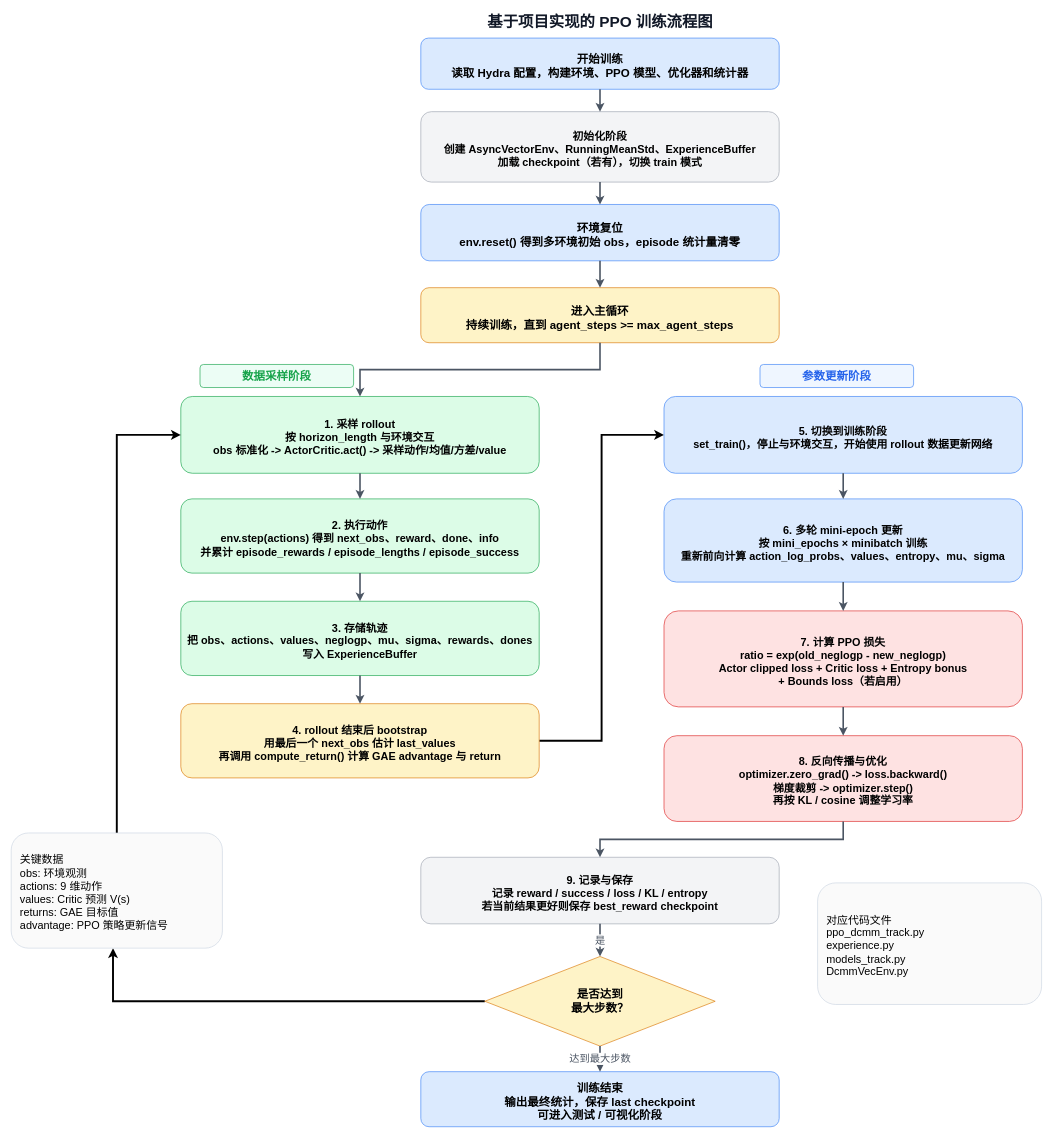
Above: 毕业设计论文/out/PPO训练流程图.drawio in jack-huangs/catch_it (draw.io), before the change. Source tidied: cells renumbered, new cells numbered last; positions are measured from the earlier drawing's top-left corner, leaving out a move shared by most shapes. Both pictures are drawn from the tidied source at 64%, with x=0, y=0 at pixel (11, 12).
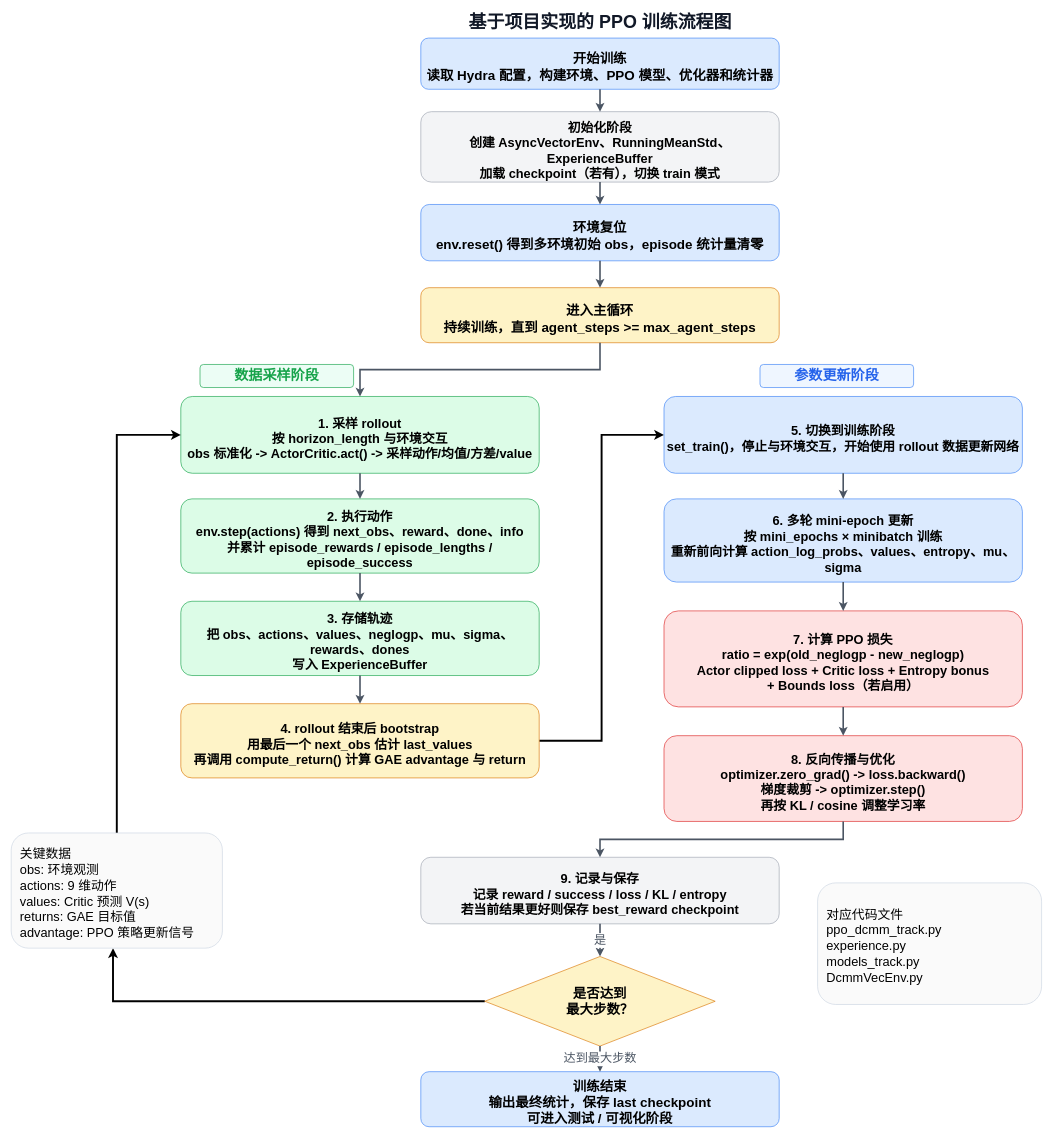
Above is the later version.

What changed in the source:
```diff
@@
-    <mxCell id="2" value="基于项目实现的 PPO 训练流程图" style="text;html=1;strokeColor=none;fillColor=none;align=center;verticalAlign=middle;fontSize=24;fontStyle=1;fontColor=#111827;" parent="1" vertex="1">
+    <mxCell id="2" value="基于项目实现的 PPO 训练流程图" style="text;html=1;strokeColor=none;fillColor=none;align=center;verticalAlign=middle;fontSize=28;fontStyle=1;fontColor=#111827;" parent="1" vertex="1">
       <mxGeometry x="590" width="660" height="30" as="geometry" />
     </mxCell>
-    <mxCell id="3" value="数据采样阶段" style="rounded=1;whiteSpace=wrap;html=1;fillColor=#ecfdf5;strokeColor=#16a34a;fontSize=18;fontStyle=1;fontColor=#16a34a;" parent="1" vertex="1">
+    <mxCell id="3" value="数据采样阶段" style="rounded=1;whiteSpace=wrap;html=1;fillColor=#ecfdf5;strokeColor=#16a34a;fontSize=22;fontStyle=1;fontColor=#16a34a;" parent="1" vertex="1">
       <mxGeometry x="295" y="550" width="240" height="36" as="geometry" />
     </mxCell>
-    <mxCell id="4" value="参数更新阶段" style="rounded=1;whiteSpace=wrap;html=1;fillColor=#eff6ff;strokeColor=#3b82f6;fontSize=18;fontStyle=1;fontColor=#2563eb;" parent="1" vertex="1">
+    <mxCell id="4" value="参数更新阶段" style="rounded=1;whiteSpace=wrap;html=1;fillColor=#eff6ff;strokeColor=#3b82f6;fontSize=22;fontStyle=1;fontColor=#2563eb;" parent="1" vertex="1">
       <mxGeometry x="1170" y="550" width="240" height="36" as="geometry" />
     </mxCell>
-    <mxCell id="5" value="开始训练&#10;读取 Hydra 配置，构建环境、PPO 模型、优化器和统计器" style="rounded=1;whiteSpace=wrap;html=1;fillColor=#dbeafe;strokeColor=#3b82f6;fontSize=18;fontStyle=1;align=center;verticalAlign=middle;spacingTop=10;" parent="1" vertex="1">
+    <mxCell id="5" value="开始训练&#10;读取 Hydra 配置，构建环境、PPO 模型、优化器和统计器" style="rounded=1;whiteSpace=wrap;html=1;fillColor=#dbeafe;strokeColor=#3b82f6;fontSize=21;fontStyle=1;align=center;verticalAlign=middle;spacingTop=10;" parent="1" vertex="1">
       <mxGeometry x="640" y="40" width="560" height="80" as="geometry" />
     </mxCell>
-    <mxCell id="6" value="初始化阶段&#10;创建 AsyncVectorEnv、RunningMeanStd、ExperienceBuffer&#10;加载 checkpoint（若有），切换 train 模式" style="rounded=1;whiteSpace=wrap;html=1;fillColor=#f3f4f6;strokeColor=#9ca3af;fontSize=17;fontStyle=1;align=center;verticalAlign=middle;spacingTop=10;" parent="1" vertex="1">
+    <mxCell id="6" value="初始化阶段&#10;创建 AsyncVectorEnv、RunningMeanStd、ExperienceBuffer&#10;加载 checkpoint（若有），切换 train 模式" style="rounded=1;whiteSpace=wrap;html=1;fillColor=#f3f4f6;strokeColor=#9ca3af;fontSize=20;fontStyle=1;align=center;verticalAlign=middle;spacingTop=10;" parent="1" vertex="1">
       <mxGeometry x="640" y="155" width="560" height="110" as="geometry" />
     </mxCell>
-    <mxCell id="7" value="环境复位&#10;env.reset() 得到多环境初始 obs，episode 统计量清零" style="rounded=1;whiteSpace=wrap;html=1;fillColor=#dbeafe;strokeColor=#3b82f6;fontSize=18;fontStyle=1;align=center;verticalAlign=middle;spacingTop=10;" parent="1" vertex="1">
+    <mxCell id="7" value="环境复位&#10;env.reset() 得到多环境初始 obs，episode 统计量清零" style="rounded=1;whiteSpace=wrap;html=1;fillColor=#dbeafe;strokeColor=#3b82f6;fontSize=21;fontStyle=1;align=center;verticalAlign=middle;spacingTop=10;" parent="1" vertex="1">
       <mxGeometry x="640" y="300" width="560" height="88" as="geometry" />
     </mxCell>
-    <mxCell id="8" value="进入主循环&#10;持续训练，直到 agent_steps &gt;= max_agent_steps" style="rounded=1;whiteSpace=wrap;html=1;fillColor=#fef3c7;strokeColor=#d97706;fontSize=18;fontStyle=1;align=center;verticalAlign=middle;spacingTop=10;" parent="1" vertex="1">
+    <mxCell id="8" value="进入主循环&#10;持续训练，直到 agent_steps &gt;= max_agent_steps" style="rounded=1;whiteSpace=wrap;html=1;fillColor=#fef3c7;strokeColor=#d97706;fontSize=21;fontStyle=1;align=center;verticalAlign=middle;spacingTop=10;" parent="1" vertex="1">
       <mxGeometry x="640" y="430" width="560" height="86" as="geometry" />
     </mxCell>
-    <mxCell id="9" value="1. 采样 rollout&#10;按 horizon_length 与环境交互&#10;obs 标准化 -&gt; ActorCritic.act() -&gt; 采样动作/均值/方差/value" style="rounded=1;whiteSpace=wrap;html=1;fillColor=#dcfce7;strokeColor=#16a34a;fontSize=17;fontStyle=1;align=center;verticalAlign=middle;spacingTop=10;" parent="1" vertex="1">
+    <mxCell id="9" value="1. 采样 rollout&#10;按 horizon_length 与环境交互&#10;obs 标准化 -&gt; ActorCritic.act() -&gt; 采样动作/均值/方差/value" style="rounded=1;whiteSpace=wrap;html=1;fillColor=#dcfce7;strokeColor=#16a34a;fontSize=20;fontStyle=1;align=center;verticalAlign=middle;spacingTop=10;" parent="1" vertex="1">
       <mxGeometry x="265" y="600" width="560" height="120" as="geometry" />
     </mxCell>
-    <mxCell id="10" value="2. 执行动作&#10;env.step(actions) 得到 next_obs、reward、done、info&#10;并累计 episode_rewards / episode_lengths / episode_success" style="rounded=1;whiteSpace=wrap;html=1;fillColor=#dcfce7;strokeColor=#16a34a;fontSize=17;fontStyle=1;align=center;verticalAlign=middle;spacingTop=10;" parent="1" vertex="1">
+    <mxCell id="10" value="2. 执行动作&#10;env.step(actions) 得到 next_obs、reward、done、info&#10;并累计 episode_rewards / episode_lengths / episode_success" style="rounded=1;whiteSpace=wrap;html=1;fillColor=#dcfce7;strokeColor=#16a34a;fontSize=20;fontStyle=1;align=center;verticalAlign=middle;spacingTop=10;" parent="1" vertex="1">
       <mxGeometry x="265" y="760" width="560" height="116" as="geometry" />
     </mxCell>
-    <mxCell id="11" value="3. 存储轨迹&#10;把 obs、actions、values、neglogp、mu、sigma、rewards、dones&#10;写入 ExperienceBuffer" style="rounded=1;whiteSpace=wrap;html=1;fillColor=#dcfce7;strokeColor=#16a34a;fontSize=17;fontStyle=1;align=center;verticalAlign=middle;spacingTop=10;" parent="1" vertex="1">
+    <mxCell id="11" value="3. 存储轨迹&#10;把 obs、actions、values、neglogp、mu、sigma、rewards、dones&#10;写入 ExperienceBuffer" style="rounded=1;whiteSpace=wrap;html=1;fillColor=#dcfce7;strokeColor=#16a34a;fontSize=20;fontStyle=1;align=center;verticalAlign=middle;spacingTop=10;" parent="1" vertex="1">
       <mxGeometry x="265" y="920" width="560" height="116" as="geometry" />
     </mxCell>
@@
-    <mxCell id="13" value="4. rollout 结束后 bootstrap&#10;用最后一个 next_obs 估计 last_values&#10;再调用 compute_return() 计算 GAE advantage 与 return" style="rounded=1;whiteSpace=wrap;html=1;fillColor=#fef3c7;strokeColor=#d97706;fontSize=17;fontStyle=1;align=center;verticalAlign=middle;spacingTop=10;" parent="1" vertex="1">
+    <mxCell id="13" value="4. rollout 结束后 bootstrap&#10;用最后一个 next_obs 估计 last_values&#10;再调用 compute_return() 计算 GAE advantage 与 return" style="rounded=1;whiteSpace=wrap;html=1;fillColor=#fef3c7;strokeColor=#d97706;fontSize=20;fontStyle=1;align=center;verticalAlign=middle;spacingTop=10;" parent="1" vertex="1">
       <mxGeometry x="265" y="1080" width="560" height="116" as="geometry" />
     </mxCell>
-    <mxCell id="14" value="5. 切换到训练阶段&#10;set_train()，停止与环境交互，开始使用 rollout 数据更新网络" style="rounded=1;whiteSpace=wrap;html=1;fillColor=#dbeafe;strokeColor=#3b82f6;fontSize=17;fontStyle=1;align=center;verticalAlign=middle;spacingTop=10;" parent="1" vertex="1">
+    <mxCell id="14" value="5. 切换到训练阶段&#10;set_train()，停止与环境交互，开始使用 rollout 数据更新网络" style="rounded=1;whiteSpace=wrap;html=1;fillColor=#dbeafe;strokeColor=#3b82f6;fontSize=20;fontStyle=1;align=center;verticalAlign=middle;spacingTop=10;" parent="1" vertex="1">
       <mxGeometry x="1020" y="600" width="560" height="120" as="geometry" />
     </mxCell>
-    <mxCell id="15" value="6. 多轮 mini-epoch 更新&#10;按 mini_epochs × minibatch 训练&#10;重新前向计算 action_log_probs、values、entropy、mu、sigma" style="rounded=1;whiteSpace=wrap;html=1;fillColor=#dbeafe;strokeColor=#3b82f6;fontSize=17;fontStyle=1;align=center;verticalAlign=middle;spacingTop=10;" parent="1" vertex="1">
+    <mxCell id="15" value="6. 多轮 mini-epoch 更新&#10;按 mini_epochs × minibatch 训练&#10;重新前向计算 action_log_probs、values、entropy、mu、sigma" style="rounded=1;whiteSpace=wrap;html=1;fillColor=#dbeafe;strokeColor=#3b82f6;fontSize=20;fontStyle=1;align=center;verticalAlign=middle;spacingTop=10;" parent="1" vertex="1">
       <mxGeometry x="1020" y="760" width="560" height="130" as="geometry" />
     </mxCell>
-    <mxCell id="16" value="7. 计算 PPO 损失&#10;ratio = exp(old_neglogp - new_neglogp)&#10;Actor clipped loss + Critic loss + Entropy bonus&#10;+ Bounds loss（若启用）" style="rounded=1;whiteSpace=wrap;html=1;fillColor=#fee2e2;strokeColor=#dc2626;fontSize=17;fontStyle=1;align=center;verticalAlign=middle;spacingTop=10;" parent="1" vertex="1">
+    <mxCell id="16" value="7. 计算 PPO 损失&#10;ratio = exp(old_neglogp - new_neglogp)&#10;Actor clipped loss + Critic loss + Entropy bonus&#10;+ Bounds loss（若启用）" style="rounded=1;whiteSpace=wrap;html=1;fillColor=#fee2e2;strokeColor=#dc2626;fontSize=20;fontStyle=1;align=center;verticalAlign=middle;spacingTop=10;" parent="1" vertex="1">
       <mxGeometry x="1020" y="935" width="560" height="150" as="geometry" />
     </mxCell>
-    <mxCell id="17" value="8. 反向传播与优化&#10;optimizer.zero_grad() -&gt; loss.backward()&#10;梯度裁剪 -&gt; optimizer.step()&#10;再按 KL / cosine 调整学习率" style="rounded=1;whiteSpace=wrap;html=1;fillColor=#fee2e2;strokeColor=#dc2626;fontSize=17;fontStyle=1;align=center;verticalAlign=middle;spacingTop=10;" parent="1" vertex="1">
+    <mxCell id="17" value="8. 反向传播与优化&#10;optimizer.zero_grad() -&gt; loss.backward()&#10;梯度裁剪 -&gt; optimizer.step()&#10;再按 KL / cosine 调整学习率" style="rounded=1;whiteSpace=wrap;html=1;fillColor=#fee2e2;strokeColor=#dc2626;fontSize=20;fontStyle=1;align=center;verticalAlign=middle;spacingTop=10;" parent="1" vertex="1">
       <mxGeometry x="1020" y="1130" width="560" height="134" as="geometry" />
     </mxCell>
-    <mxCell id="18" value="9. 记录与保存&#10;记录 reward / success / loss / KL / entropy&#10;若当前结果更好则保存 best_reward checkpoint" style="rounded=1;whiteSpace=wrap;html=1;fillColor=#f3f4f6;strokeColor=#9ca3af;fontSize=17;fontStyle=1;align=center;verticalAlign=middle;spacingTop=10;" parent="1" vertex="1">
+    <mxCell id="18" value="9. 记录与保存&#10;记录 reward / success / loss / KL / entropy&#10;若当前结果更好则保存 best_reward checkpoint" style="rounded=1;whiteSpace=wrap;html=1;fillColor=#f3f4f6;strokeColor=#9ca3af;fontSize=20;fontStyle=1;align=center;verticalAlign=middle;spacingTop=10;" parent="1" vertex="1">
       <mxGeometry x="640" y="1320" width="560" height="104" as="geometry" />
     </mxCell>
@@
-    <mxCell id="20" value="是否达到&#10;最大步数？" style="rhombus;whiteSpace=wrap;html=1;fillColor=#fef3c7;strokeColor=#d97706;fontSize=18;fontStyle=1;align=center;verticalAlign=middle;" parent="1" vertex="1">
+    <mxCell id="20" value="是否达到&#10;最大步数？" style="rhombus;whiteSpace=wrap;html=1;fillColor=#fef3c7;strokeColor=#d97706;fontSize=21;fontStyle=1;align=center;verticalAlign=middle;" parent="1" vertex="1">
       <mxGeometry x="740" y="1475" width="360" height="140" as="geometry" />
     </mxCell>
-    <mxCell id="21" value="训练结束&#10;输出最终统计，保存 last checkpoint&#10;可进入测试 / 可视化阶段" style="rounded=1;whiteSpace=wrap;html=1;fillColor=#dbeafe;strokeColor=#3b82f6;fontSize=18;fontStyle=1;align=center;verticalAlign=middle;spacingTop=10;" parent="1" vertex="1">
+    <mxCell id="21" value="训练结束&#10;输出最终统计，保存 last checkpoint&#10;可进入测试 / 可视化阶段" style="rounded=1;whiteSpace=wrap;html=1;fillColor=#dbeafe;strokeColor=#3b82f6;fontSize=21;fontStyle=1;align=center;verticalAlign=middle;spacingTop=10;" parent="1" vertex="1">
       <mxGeometry x="640" y="1655" width="560" height="86" as="geometry" />
     </mxCell>
@@
-    <mxCell id="23" value="&lt;font style=&quot;font-size: 17px;&quot;&gt;关键数据&lt;br&gt;obs: 环境观测&lt;br&gt;actions: 9 维动作&lt;br&gt;values: Critic 预测 V(s)&lt;br&gt;returns: GAE 目标值&lt;br&gt;advantage: PPO 策略更新信号&lt;/font&gt;" style="rounded=1;whiteSpace=wrap;html=1;fillColor=#fafafa;strokeColor=#cbd5e1;fontSize=16;align=left;verticalAlign=middle;spacingTop=8;spacingLeft=12;" parent="1" vertex="1">
+    <mxCell id="23" value="&lt;font style=&quot;font-size: 20px;&quot;&gt;关键数据&lt;br&gt;obs: 环境观测&lt;br&gt;actions: 9 维动作&lt;br&gt;values: Critic 预测 V(s)&lt;br&gt;returns: GAE 目标值&lt;br&gt;advantage: PPO 策略更新信号&lt;/font&gt;" style="rounded=1;whiteSpace=wrap;html=1;fillColor=#fafafa;strokeColor=#cbd5e1;fontSize=19;align=left;verticalAlign=middle;spacingTop=8;spacingLeft=12;" parent="1" vertex="1">
       <mxGeometry y="1282" width="330" height="180" as="geometry" />
     </mxCell>
-    <mxCell id="24" value="&lt;font style=&quot;font-size: 17px;&quot;&gt;对应代码文件&lt;br&gt;ppo_dcmm_track.py&lt;br&gt;experience.py&lt;br&gt;models_track.py&lt;br&gt;DcmmVecEnv.py&lt;/font&gt;" style="rounded=1;whiteSpace=wrap;html=1;fillColor=#fafafa;strokeColor=#cbd5e1;fontSize=16;align=left;verticalAlign=middle;spacingTop=8;spacingLeft=12;" parent="1" vertex="1">
+    <mxCell id="24" value="&lt;font style=&quot;font-size: 20px;&quot;&gt;对应代码文件&lt;br&gt;ppo_dcmm_track.py&lt;br&gt;experience.py&lt;br&gt;models_track.py&lt;br&gt;DcmmVecEnv.py&lt;/font&gt;" style="rounded=1;whiteSpace=wrap;html=1;fillColor=#fafafa;strokeColor=#cbd5e1;fontSize=19;align=left;verticalAlign=middle;spacingTop=8;spacingLeft=12;" parent="1" vertex="1">
       <mxGeometry x="1260" y="1360" width="350" height="190" as="geometry" />
     </mxCell>
@@
-    <mxCell id="36" value="是" style="edgeStyle=orthogonalEdgeStyle;rounded=0;jettySize=auto;html=1;endArrow=classic;strokeColor=#4b5563;strokeWidth=2.5;fontSize=16;fontColor=#4b5563;" parent="1" edge="1" source="18" target="20">
+    <mxCell id="36" value="是" style="edgeStyle=orthogonalEdgeStyle;rounded=0;jettySize=auto;html=1;endArrow=classic;strokeColor=#4b5563;strokeWidth=2.5;fontSize=19;fontColor=#4b5563;" parent="1" edge="1" source="18" target="20">
       <mxGeometry relative="1" as="geometry" />
     </mxCell>
-    <mxCell id="37" value="达到最大步数" style="edgeStyle=orthogonalEdgeStyle;rounded=0;jettySize=auto;html=1;endArrow=classic;strokeColor=#4b5563;strokeWidth=2.5;fontSize=16;fontColor=#4b5563;" parent="1" edge="1" source="20" target="21">
+    <mxCell id="37" value="达到最大步数" style="edgeStyle=orthogonalEdgeStyle;rounded=0;jettySize=auto;html=1;endArrow=classic;strokeColor=#4b5563;strokeWidth=2.5;fontSize=19;fontColor=#4b5563;" parent="1" edge="1" source="20" target="21">
       <mxGeometry relative="1" as="geometry" />
     </mxCell>
```
